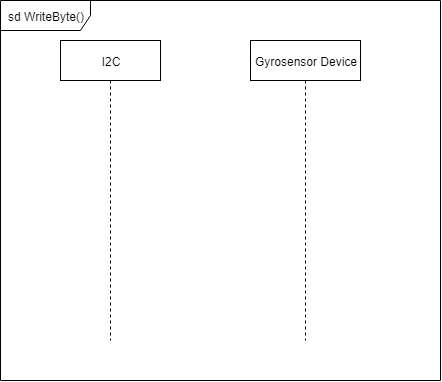
Earlier version of the draw.io export Krav og Design/I2C_WriteByte_SD.png (MkLJensen/iFollow). Source tidied: cells renumbered, new cells last; positions are measured from the earlier drawing's top-left corner, leaving out a move shared by most shapes.
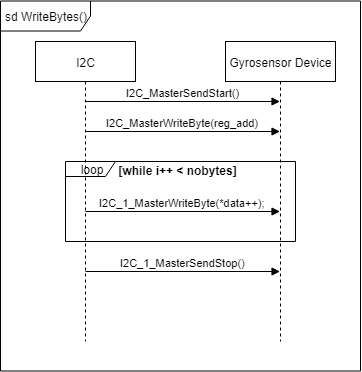
The same diagram one commit later.

Change to the diagram source:
```diff
@@ -2,14 +2,42 @@
   <root>
     <mxCell id="0" />
     <mxCell id="1" parent="0" />
-    <mxCell id="2" value="sd WriteByte()" style="shape=umlFrame;whiteSpace=wrap;html=1;width=90;height=30;" parent="1" vertex="1">
-      <mxGeometry width="440" height="380" as="geometry" />
+    <mxCell id="2" value="sd WriteBytes()" style="shape=umlFrame;whiteSpace=wrap;html=1;width=90;height=30;" parent="1" vertex="1">
+      <mxGeometry x="25" y="-0.5" width="360" height="370" as="geometry" />
     </mxCell>
+    <mxCell id="5" value="loop" style="shape=umlFrame;whiteSpace=wrap;html=1;width=50;height=15;" parent="1" vertex="1">
+      <mxGeometry x="90" y="160" width="230" height="80" as="geometry" />
+    </mxCell>
     <mxCell id="3" value="I2C" style="shape=umlLifeline;perimeter=lifelinePerimeter;whiteSpace=wrap;html=1;" parent="1" vertex="1">
       <mxGeometry x="60" y="40" width="100" height="300" as="geometry" />
     </mxCell>
     <mxCell id="4" value="Gyrosensor Device" style="shape=umlLifeline;perimeter=lifelinePerimeter;whiteSpace=wrap;html=1;outlineConnect=0;" parent="1" vertex="1">
       <mxGeometry x="250" y="40" width="110" height="300" as="geometry" />
     </mxCell>
+    <mxCell id="6" value="I2C_MasterSendStart()" style="html=1;verticalAlign=bottom;endArrow=block;" parent="1" edge="1" target="4">
+      <mxGeometry relative="1" as="geometry">
+        <mxPoint x="110" y="100" as="sourcePoint" />
+      </mxGeometry>
+    </mxCell>
+    <mxCell id="7" value="I2C_MasterWriteByte(reg_add)" style="html=1;verticalAlign=bottom;endArrow=block;" parent="1" edge="1">
+      <mxGeometry relative="1" as="geometry">
+        <mxPoint x="110" y="130" as="sourcePoint" />
+        <mxPoint x="304.5" y="130" as="targetPoint" />
+      </mxGeometry>
+    </mxCell>
+    <mxCell id="8" value="[while i++ &lt; nobytes]" style="text;align=center;fontStyle=1;verticalAlign=middle;spacingLeft=3;spacingRight=3;strokeColor=none;" parent="1" vertex="1">
+      <mxGeometry x="170" y="160" width="65" height="20" as="geometry" />
+    </mxCell>
+    <mxCell id="9" value="&lt;div&gt;&lt;span&gt;I2C_1_MasterWriteByte&lt;/span&gt;(*data++);&lt;/div&gt;" style="html=1;verticalAlign=bottom;endArrow=block;" parent="1" edge="1" target="4">
+      <mxGeometry relative="1" as="geometry">
+        <mxPoint x="110" y="210" as="sourcePoint" />
+      </mxGeometry>
+    </mxCell>
+    <mxCell id="10" value="&lt;div&gt;&lt;span&gt;I2C_1_MasterSendStop()&lt;/span&gt;&lt;/div&gt;" style="html=1;verticalAlign=bottom;endArrow=block;" parent="1" edge="1">
+      <mxGeometry relative="1" as="geometry">
+        <mxPoint x="110" y="270" as="sourcePoint" />
+        <mxPoint x="304.5" y="270" as="targetPoint" />
+      </mxGeometry>
+    </mxCell>
   </root>
 </mxGraphModel>
```
